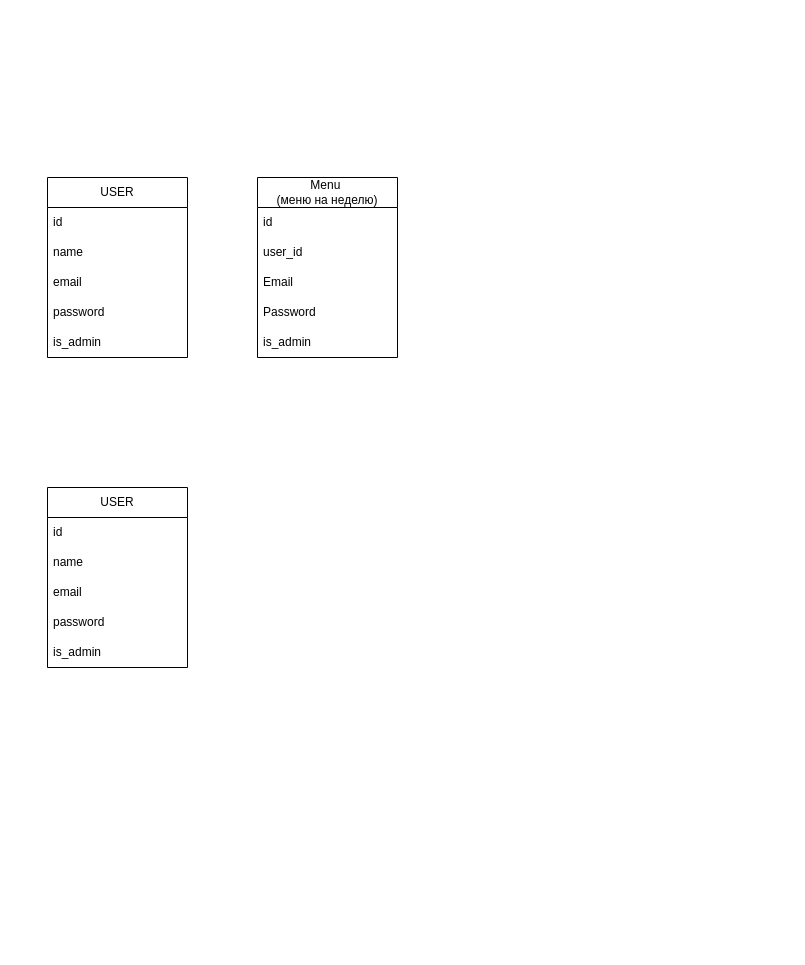
Above: Умный список покупок.drawio in smart-shopping-list/smart-shopping-list-doc (draw.io), before the change. Source tidied: cells renumbered, new cells numbered last; positions are measured from the earlier drawing's top-left corner, leaving out a move shared by most shapes. Both pictures are drawn from the tidied source at 100%, with x=0, y=0 at pixel (47, 177).
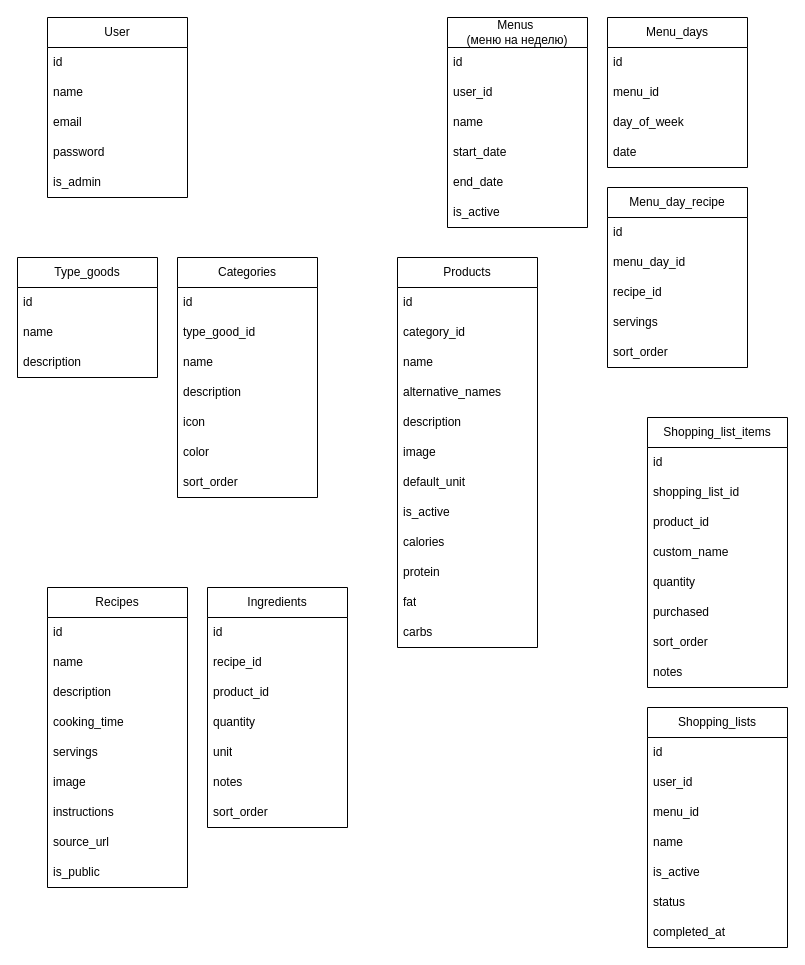
After the change.

Diff of the diagram source:
```diff
@@
-    <mxCell id="2" value="USER" style="swimlane;fontStyle=0;horizontal=1;startSize=30;whiteSpace=wrap;html=1;" parent="1" vertex="1">
-      <mxGeometry width="140" height="180" as="geometry" />
+    <mxCell id="2" value="User" style="swimlane;fontStyle=0;horizontal=1;startSize=30;whiteSpace=wrap;html=1;" parent="1" vertex="1">
+      <mxGeometry y="-160" width="140" height="180" as="geometry" />
     </mxCell>
@@
-    <mxCell id="8" value="Menu&amp;nbsp;&lt;div&gt;(меню на неделю)&lt;/div&gt;" style="swimlane;fontStyle=0;horizontal=1;startSize=30;whiteSpace=wrap;html=1;" parent="1" vertex="1">
-      <mxGeometry x="210" width="140" height="180" as="geometry" />
+    <mxCell id="8" value="Menus&amp;nbsp;&lt;div&gt;(меню на неделю)&lt;/div&gt;" style="swimlane;fontStyle=0;horizontal=1;startSize=30;whiteSpace=wrap;html=1;" parent="1" vertex="1">
+      <mxGeometry x="400" y="-160" width="140" height="210" as="geometry" />
     </mxCell>
@@
+    <mxCell id="20" value="name" style="text;strokeColor=none;fillColor=none;align=left;verticalAlign=middle;spacingLeft=4;spacingRight=4;overflow=hidden;whiteSpace=wrap;html=1;" parent="8" vertex="1">
+      <mxGeometry y="90" width="140" height="30" as="geometry" />
+    </mxCell>
-    <mxCell id="11" value="Email" style="text;strokeColor=none;fillColor=none;align=left;verticalAlign=middle;spacingLeft=4;spacingRight=4;overflow=hidden;whiteSpace=wrap;html=1;" parent="8" vertex="1">
-      <mxGeometry y="90" width="140" height="30" as="geometry" />
+    <mxCell id="11" value="start_date" style="text;strokeColor=none;fillColor=none;align=left;verticalAlign=middle;spacingLeft=4;spacingRight=4;overflow=hidden;whiteSpace=wrap;html=1;" parent="8" vertex="1">
+      <mxGeometry y="120" width="140" height="30" as="geometry" />
     </mxCell>
-    <mxCell id="12" value="Password" style="text;strokeColor=none;fillColor=none;align=left;verticalAlign=middle;spacingLeft=4;spacingRight=4;overflow=hidden;whiteSpace=wrap;html=1;" parent="8" vertex="1">
-      <mxGeometry y="120" width="140" height="30" as="geometry" />
+    <mxCell id="12" value="end_date" style="text;strokeColor=none;fillColor=none;align=left;verticalAlign=middle;spacingLeft=4;spacingRight=4;overflow=hidden;whiteSpace=wrap;html=1;" parent="8" vertex="1">
+      <mxGeometry y="150" width="140" height="30" as="geometry" />
     </mxCell>
-    <mxCell id="13" value="is_admin" style="text;strokeColor=none;fillColor=none;align=left;verticalAlign=middle;spacingLeft=4;spacingRight=4;overflow=hidden;whiteSpace=wrap;html=1;" parent="8" vertex="1">
-      <mxGeometry y="150" width="140" height="30" as="geometry" />
+    <mxCell id="13" value="is_active" style="text;strokeColor=none;fillColor=none;align=left;verticalAlign=middle;spacingLeft=4;spacingRight=4;overflow=hidden;whiteSpace=wrap;html=1;" parent="8" vertex="1">
+      <mxGeometry y="180" width="140" height="30" as="geometry" />
     </mxCell>
-    <mxCell id="14" value="USER" style="swimlane;fontStyle=0;horizontal=1;startSize=30;whiteSpace=wrap;html=1;" parent="1" vertex="1">
-      <mxGeometry y="310" width="140" height="180" as="geometry" />
+    <mxCell id="14" value="Categories" style="swimlane;fontStyle=0;horizontal=1;startSize=30;whiteSpace=wrap;html=1;" parent="1" vertex="1">
+      <mxGeometry x="130" y="80" width="140" height="240" as="geometry" />
     </mxCell>
@@
+    <mxCell id="21" value="type_good_id" style="text;strokeColor=none;fillColor=none;align=left;verticalAlign=middle;spacingLeft=4;spacingRight=4;overflow=hidden;whiteSpace=wrap;html=1;" parent="14" vertex="1">
+      <mxGeometry y="60" width="140" height="30" as="geometry" />
+    </mxCell>
     <mxCell id="16" value="name" style="text;strokeColor=none;fillColor=none;align=left;verticalAlign=middle;spacingLeft=4;spacingRight=4;overflow=hidden;whiteSpace=wrap;html=1;" parent="14" vertex="1">
-      <mxGeometry y="60" width="140" height="30" as="geometry" />
+      <mxGeometry y="90" width="140" height="30" as="geometry" />
     </mxCell>
-    <mxCell id="17" value="email" style="text;strokeColor=none;fillColor=none;align=left;verticalAlign=middle;spacingLeft=4;spacingRight=4;overflow=hidden;whiteSpace=wrap;html=1;" parent="14" vertex="1">
-      <mxGeometry y="90" width="140" height="30" as="geometry" />
+    <mxCell id="17" value="description" style="text;strokeColor=none;fillColor=none;align=left;verticalAlign=middle;spacingLeft=4;spacingRight=4;overflow=hidden;whiteSpace=wrap;html=1;" parent="14" vertex="1">
+      <mxGeometry y="120" width="140" height="30" as="geometry" />
     </mxCell>
-    <mxCell id="18" value="password" style="text;strokeColor=none;fillColor=none;align=left;verticalAlign=middle;spacingLeft=4;spacingRight=4;overflow=hidden;whiteSpace=wrap;html=1;" parent="14" vertex="1">
-      <mxGeometry y="120" width="140" height="30" as="geometry" />
+    <mxCell id="18" value="icon" style="text;strokeColor=none;fillColor=none;align=left;verticalAlign=middle;spacingLeft=4;spacingRight=4;overflow=hidden;whiteSpace=wrap;html=1;" parent="14" vertex="1">
+      <mxGeometry y="150" width="140" height="30" as="geometry" />
     </mxCell>
-    <mxCell id="19" value="is_admin" style="text;strokeColor=none;fillColor=none;align=left;verticalAlign=middle;spacingLeft=4;spacingRight=4;overflow=hidden;whiteSpace=wrap;html=1;" parent="14" vertex="1">
-      <mxGeometry y="150" width="140" height="30" as="geometry" />
+    <mxCell id="19" value="color" style="text;strokeColor=none;fillColor=none;align=left;verticalAlign=middle;spacingLeft=4;spacingRight=4;overflow=hidden;whiteSpace=wrap;html=1;" parent="14" vertex="1">
+      <mxGeometry y="180" width="140" height="30" as="geometry" />
     </mxCell>
+    <mxCell id="22" value="sort_order" style="text;strokeColor=none;fillColor=none;align=left;verticalAlign=middle;spacingLeft=4;spacingRight=4;overflow=hidden;whiteSpace=wrap;html=1;" parent="14" vertex="1">
+      <mxGeometry y="210" width="140" height="30" as="geometry" />
+    </mxCell>
+    <mxCell id="23" value="Products" style="swimlane;fontStyle=0;horizontal=1;startSize=30;whiteSpace=wrap;html=1;" parent="1" vertex="1">
+      <mxGeometry x="350" y="80" width="140" height="390" as="geometry" />
+    </mxCell>
+    <mxCell id="24" value="id" style="text;strokeColor=none;fillColor=none;align=left;verticalAlign=middle;spacingLeft=4;spacingRight=4;overflow=hidden;whiteSpace=wrap;html=1;" parent="23" vertex="1">
+      <mxGeometry y="30" width="140" height="30" as="geometry" />
+    </mxCell>
+    <mxCell id="25" value="category_id" style="text;strokeColor=none;fillColor=none;align=left;verticalAlign=middle;spacingLeft=4;spacingRight=4;overflow=hidden;whiteSpace=wrap;html=1;" parent="23" vertex="1">
+      <mxGeometry y="60" width="140" height="30" as="geometry" />
+    </mxCell>
+    <mxCell id="26" value="name" style="text;strokeColor=none;fillColor=none;align=left;verticalAlign=middle;spacingLeft=4;spacingRight=4;overflow=hidden;whiteSpace=wrap;html=1;" parent="23" vertex="1">
+      <mxGeometry y="90" width="140" height="30" as="geometry" />
+    </mxCell>
+    <mxCell id="27" value="alternative_names" style="text;strokeColor=none;fillColor=none;align=left;verticalAlign=middle;spacingLeft=4;spacingRight=4;overflow=hidden;whiteSpace=wrap;html=1;" parent="23" vertex="1">
+      <mxGeometry y="120" width="140" height="30" as="geometry" />
+    </mxCell>
+    <mxCell id="28" value="description" style="text;strokeColor=none;fillColor=none;align=left;verticalAlign=middle;spacingLeft=4;spacingRight=4;overflow=hidden;whiteSpace=wrap;html=1;" parent="23" vertex="1">
+      <mxGeometry y="150" width="140" height="30" as="geometry" />
+    </mxCell>
+    <mxCell id="29" value="image" style="text;strokeColor=none;fillColor=none;align=left;verticalAlign=middle;spacingLeft=4;spacingRight=4;overflow=hidden;whiteSpace=wrap;html=1;" parent="23" vertex="1">
+      <mxGeometry y="180" width="140" height="30" as="geometry" />
+    </mxCell>
+    <mxCell id="30" value="default_unit" style="text;strokeColor=none;fillColor=none;align=left;verticalAlign=middle;spacingLeft=4;spacingRight=4;overflow=hidden;whiteSpace=wrap;html=1;" parent="23" vertex="1">
+      <mxGeometry y="210" width="140" height="30" as="geometry" />
+    </mxCell>
+    <mxCell id="31" value="is_active" style="text;strokeColor=none;fillColor=none;align=left;verticalAlign=middle;spacingLeft=4;spacingRight=4;overflow=hidden;whiteSpace=wrap;html=1;" parent="23" vertex="1">
+      <mxGeometry y="240" width="140" height="30" as="geometry" />
+    </mxCell>
+    <mxCell id="32" value="calories" style="text;strokeColor=none;fillColor=none;align=left;verticalAlign=middle;spacingLeft=4;spacingRight=4;overflow=hidden;whiteSpace=wrap;html=1;" parent="23" vertex="1">
+      <mxGeometry y="270" width="140" height="30" as="geometry" />
+    </mxCell>
+    <mxCell id="33" value="protein" style="text;strokeColor=none;fillColor=none;align=left;verticalAlign=middle;spacingLeft=4;spacingRight=4;overflow=hidden;whiteSpace=wrap;html=1;" parent="23" vertex="1">
+      <mxGeometry y="300" width="140" height="30" as="geometry" />
+    </mxCell>
+    <mxCell id="34" value="fat" style="text;strokeColor=none;fillColor=none;align=left;verticalAlign=middle;spacingLeft=4;spacingRight=4;overflow=hidden;whiteSpace=wrap;html=1;" parent="23" vertex="1">
+      <mxGeometry y="330" width="140" height="30" as="geometry" />
+    </mxCell>
+    <mxCell id="35" value="carbs" style="text;strokeColor=none;fillColor=none;align=left;verticalAlign=middle;spacingLeft=4;spacingRight=4;overflow=hidden;whiteSpace=wrap;html=1;" parent="23" vertex="1">
+      <mxGeometry y="360" width="140" height="30" as="geometry" />
+    </mxCell>
+    <mxCell id="36" value="Recipes" style="swimlane;fontStyle=0;horizontal=1;startSize=30;whiteSpace=wrap;html=1;" parent="1" vertex="1">
+      <mxGeometry y="410" width="140" height="300" as="geometry" />
+    </mxCell>
+    <mxCell id="37" value="id" style="text;strokeColor=none;fillColor=none;align=left;verticalAlign=middle;spacingLeft=4;spacingRight=4;overflow=hidden;whiteSpace=wrap;html=1;" parent="36" vertex="1">
+      <mxGeometry y="30" width="140" height="30" as="geometry" />
+    </mxCell>
+    <mxCell id="38" value="name" style="text;strokeColor=none;fillColor=none;align=left;verticalAlign=middle;spacingLeft=4;spacingRight=4;overflow=hidden;whiteSpace=wrap;html=1;" parent="36" vertex="1">
+      <mxGeometry y="60" width="140" height="30" as="geometry" />
+    </mxCell>
+    <mxCell id="39" value="description" style="text;strokeColor=none;fillColor=none;align=left;verticalAlign=middle;spacingLeft=4;spacingRight=4;overflow=hidden;whiteSpace=wrap;html=1;" parent="36" vertex="1">
+      <mxGeometry y="90" width="140" height="30" as="geometry" />
+    </mxCell>
+    <mxCell id="40" value="cooking_time" style="text;strokeColor=none;fillColor=none;align=left;verticalAlign=middle;spacingLeft=4;spacingRight=4;overflow=hidden;whiteSpace=wrap;html=1;" parent="36" vertex="1">
+      <mxGeometry y="120" width="140" height="30" as="geometry" />
+    </mxCell>
+    <mxCell id="41" value="servings" style="text;strokeColor=none;fillColor=none;align=left;verticalAlign=middle;spacingLeft=4;spacingRight=4;overflow=hidden;whiteSpace=wrap;html=1;" parent="36" vertex="1">
+      <mxGeometry y="150" width="140" height="30" as="geometry" />
+    </mxCell>
+    <mxCell id="42" value="image" style="text;strokeColor=none;fillColor=none;align=left;verticalAlign=middle;spacingLeft=4;spacingRight=4;overflow=hidden;whiteSpace=wrap;html=1;" parent="36" vertex="1">
+      <mxGeometry y="180" width="140" height="30" as="geometry" />
+    </mxCell>
+    <mxCell id="43" value="instructions" style="text;strokeColor=none;fillColor=none;align=left;verticalAlign=middle;spacingLeft=4;spacingRight=4;overflow=hidden;whiteSpace=wrap;html=1;" parent="36" vertex="1">
+      <mxGeometry y="210" width="140" height="30" as="geometry" />
+    </mxCell>
+    <mxCell id="44" value="source_url" style="text;strokeColor=none;fillColor=none;align=left;verticalAlign=middle;spacingLeft=4;spacingRight=4;overflow=hidden;whiteSpace=wrap;html=1;" parent="36" vertex="1">
+      <mxGeometry y="240" width="140" height="30" as="geometry" />
+    </mxCell>
+    <mxCell id="45" value="is_public" style="text;strokeColor=none;fillColor=none;align=left;verticalAlign=middle;spacingLeft=4;spacingRight=4;overflow=hidden;whiteSpace=wrap;html=1;" parent="36" vertex="1">
+      <mxGeometry y="270" width="140" height="30" as="geometry" />
+    </mxCell>
+    <mxCell id="46" value="Ingredients" style="swimlane;fontStyle=0;horizontal=1;startSize=30;whiteSpace=wrap;html=1;" parent="1" vertex="1">
+      <mxGeometry x="160" y="410" width="140" height="240" as="geometry" />
+    </mxCell>
+    <mxCell id="47" value="id" style="text;strokeColor=none;fillColor=none;align=left;verticalAlign=middle;spacingLeft=4;spacingRight=4;overflow=hidden;whiteSpace=wrap;html=1;" parent="46" vertex="1">
+      <mxGeometry y="30" width="140" height="30" as="geometry" />
+    </mxCell>
+    <mxCell id="48" value="recipe_id" style="text;strokeColor=none;fillColor=none;align=left;verticalAlign=middle;spacingLeft=4;spacingRight=4;overflow=hidden;whiteSpace=wrap;html=1;" parent="46" vertex="1">
+      <mxGeometry y="60" width="140" height="30" as="geometry" />
+    </mxCell>
+    <mxCell id="49" value="product_id" style="text;strokeColor=none;fillColor=none;align=left;verticalAlign=middle;spacingLeft=4;spacingRight=4;overflow=hidden;whiteSpace=wrap;html=1;" parent="46" vertex="1">
+      <mxGeometry y="90" width="140" height="30" as="geometry" />
+    </mxCell>
+    <mxCell id="50" value="quantity" style="text;strokeColor=none;fillColor=none;align=left;verticalAlign=middle;spacingLeft=4;spacingRight=4;overflow=hidden;whiteSpace=wrap;html=1;" parent="46" vertex="1">
+      <mxGeometry y="120" width="140" height="30" as="geometry" />
+    </mxCell>
+    <mxCell id="51" value="unit" style="text;strokeColor=none;fillColor=none;align=left;verticalAlign=middle;spacingLeft=4;spacingRight=4;overflow=hidden;whiteSpace=wrap;html=1;" parent="46" vertex="1">
+      <mxGeometry y="150" width="140" height="30" as="geometry" />
+    </mxCell>
+    <mxCell id="52" value="notes" style="text;strokeColor=none;fillColor=none;align=left;verticalAlign=middle;spacingLeft=4;spacingRight=4;overflow=hidden;whiteSpace=wrap;html=1;" parent="46" vertex="1">
+      <mxGeometry y="180" width="140" height="30" as="geometry" />
+    </mxCell>
+    <mxCell id="53" value="sort_order" style="text;strokeColor=none;fillColor=none;align=left;verticalAlign=middle;spacingLeft=4;spacingRight=4;overflow=hidden;whiteSpace=wrap;html=1;" parent="46" vertex="1">
+      <mxGeometry y="210" width="140" height="30" as="geometry" />
+    </mxCell>
+    <mxCell id="54" value="Menu_days" style="swimlane;fontStyle=0;horizontal=1;startSize=30;whiteSpace=wrap;html=1;" parent="1" vertex="1">
+      <mxGeometry x="560" y="-160" width="140" height="150" as="geometry" />
+    </mxCell>
+    <mxCell id="55" value="id" style="text;strokeColor=none;fillColor=none;align=left;verticalAlign=middle;spacingLeft=4;spacingRight=4;overflow=hidden;whiteSpace=wrap;html=1;" parent="54" vertex="1">
+      <mxGeometry y="30" width="140" height="30" as="geometry" />
+    </mxCell>
+    <mxCell id="56" value="menu_id" style="text;strokeColor=none;fillColor=none;align=left;verticalAlign=middle;spacingLeft=4;spacingRight=4;overflow=hidden;whiteSpace=wrap;html=1;" parent="54" vertex="1">
+      <mxGeometry y="60" width="140" height="30" as="geometry" />
+    </mxCell>
+    <mxCell id="57" value="day_of_week" style="text;strokeColor=none;fillColor=none;align=left;verticalAlign=middle;spacingLeft=4;spacingRight=4;overflow=hidden;whiteSpace=wrap;html=1;" parent="54" vertex="1">
+      <mxGeometry y="90" width="140" height="30" as="geometry" />
+    </mxCell>
+    <mxCell id="58" value="date" style="text;strokeColor=none;fillColor=none;align=left;verticalAlign=middle;spacingLeft=4;spacingRight=4;overflow=hidden;whiteSpace=wrap;html=1;" parent="54" vertex="1">
+      <mxGeometry y="120" width="140" height="30" as="geometry" />
+    </mxCell>
+    <mxCell id="59" value="Menu_day_recipe" style="swimlane;fontStyle=0;horizontal=1;startSize=30;whiteSpace=wrap;html=1;" parent="1" vertex="1">
+      <mxGeometry x="560" y="10" width="140" height="180" as="geometry" />
+    </mxCell>
+    <mxCell id="60" value="id" style="text;strokeColor=none;fillColor=none;align=left;verticalAlign=middle;spacingLeft=4;spacingRight=4;overflow=hidden;whiteSpace=wrap;html=1;" parent="59" vertex="1">
+      <mxGeometry y="30" width="140" height="30" as="geometry" />
+    </mxCell>
+    <mxCell id="61" value="menu_day_id" style="text;strokeColor=none;fillColor=none;align=left;verticalAlign=middle;spacingLeft=4;spacingRight=4;overflow=hidden;whiteSpace=wrap;html=1;" parent="59" vertex="1">
+      <mxGeometry y="60" width="140" height="30" as="geometry" />
+    </mxCell>
+    <mxCell id="62" value="recipe_id" style="text;strokeColor=none;fillColor=none;align=left;verticalAlign=middle;spacingLeft=4;spacingRight=4;overflow=hidden;whiteSpace=wrap;html=1;" parent="59" vertex="1">
+      <mxGeometry y="90" width="140" height="30" as="geometry" />
+    </mxCell>
+    <mxCell id="63" value="servings" style="text;strokeColor=none;fillColor=none;align=left;verticalAlign=middle;spacingLeft=4;spacingRight=4;overflow=hidden;whiteSpace=wrap;html=1;" parent="59" vertex="1">
+      <mxGeometry y="120" width="140" height="30" as="geometry" />
+    </mxCell>
+    <mxCell id="64" value="sort_order" style="text;strokeColor=none;fillColor=none;align=left;verticalAlign=middle;spacingLeft=4;spacingRight=4;overflow=hidden;whiteSpace=wrap;html=1;" parent="59" vertex="1">
+      <mxGeometry y="150" width="140" height="30" as="geometry" />
+    </mxCell>
+    <mxCell id="65" value="Shopping_lists" style="swimlane;fontStyle=0;horizontal=1;startSize=30;whiteSpace=wrap;html=1;" parent="1" vertex="1">
+      <mxGeometry x="600" y="530" width="140" height="240" as="geometry" />
+    </mxCell>
+    <mxCell id="66" value="id" style="text;strokeColor=none;fillColor=none;align=left;verticalAlign=middle;spacingLeft=4;spacingRight=4;overflow=hidden;whiteSpace=wrap;html=1;" parent="65" vertex="1">
+      <mxGeometry y="30" width="140" height="30" as="geometry" />
+    </mxCell>
+    <mxCell id="67" value="user_id" style="text;strokeColor=none;fillColor=none;align=left;verticalAlign=middle;spacingLeft=4;spacingRight=4;overflow=hidden;whiteSpace=wrap;html=1;" parent="65" vertex="1">
+      <mxGeometry y="60" width="140" height="30" as="geometry" />
+    </mxCell>
+    <mxCell id="68" value="menu_id" style="text;strokeColor=none;fillColor=none;align=left;verticalAlign=middle;spacingLeft=4;spacingRight=4;overflow=hidden;whiteSpace=wrap;html=1;" parent="65" vertex="1">
+      <mxGeometry y="90" width="140" height="30" as="geometry" />
+    </mxCell>
+    <mxCell id="69" value="name" style="text;strokeColor=none;fillColor=none;align=left;verticalAlign=middle;spacingLeft=4;spacingRight=4;overflow=hidden;whiteSpace=wrap;html=1;" parent="65" vertex="1">
+      <mxGeometry y="120" width="140" height="30" as="geometry" />
+    </mxCell>
+    <mxCell id="70" value="is_active" style="text;strokeColor=none;fillColor=none;align=left;verticalAlign=middle;spacingLeft=4;spacingRight=4;overflow=hidden;whiteSpace=wrap;html=1;" parent="65" vertex="1">
+      <mxGeometry y="150" width="140" height="30" as="geometry" />
+    </mxCell>
+    <mxCell id="71" value="status" style="text;strokeColor=none;fillColor=none;align=left;verticalAlign=middle;spacingLeft=4;spacingRight=4;overflow=hidden;whiteSpace=wrap;html=1;" parent="65" vertex="1">
+      <mxGeometry y="180" width="140" height="30" as="geometry" />
+    </mxCell>
+    <mxCell id="72" value="completed_at" style="text;strokeColor=none;fillColor=none;align=left;verticalAlign=middle;spacingLeft=4;spacingRight=4;overflow=hidden;whiteSpace=wrap;html=1;" parent="65" vertex="1">
+      <mxGeometry y="210" width="140" height="30" as="geometry" />
+    </mxCell>
+    <mxCell id="73" value="Shopping_list_items" style="swimlane;fontStyle=0;horizontal=1;startSize=30;whiteSpace=wrap;html=1;" parent="1" vertex="1">
+      <mxGeometry x="600" y="240" width="140" height="270" as="geometry" />
+    </mxCell>
+    <mxCell id="74" value="id" style="text;strokeColor=none;fillColor=none;align=left;verticalAlign=middle;spacingLeft=4;spacingRight=4;overflow=hidden;whiteSpace=wrap;html=1;" parent="73" vertex="1">
+      <mxGeometry y="30" width="140" height="30" as="geometry" />
+    </mxCell>
+    <mxCell id="75" value="shopping_list_id" style="text;strokeColor=none;fillColor=none;align=left;verticalAlign=middle;spacingLeft=4;spacingRight=4;overflow=hidden;whiteSpace=wrap;html=1;" parent="73" vertex="1">
+      <mxGeometry y="60" width="140" height="30" as="geometry" />
+    </mxCell>
+    <mxCell id="76" value="product_id" style="text;strokeColor=none;fillColor=none;align=left;verticalAlign=middle;spacingLeft=4;spacingRight=4;overflow=hidden;whiteSpace=wrap;html=1;" parent="73" vertex="1">
+      <mxGeometry y="90" width="140" height="30" as="geometry" />
+    </mxCell>
+    <mxCell id="77" value="custom_name" style="text;strokeColor=none;fillColor=none;align=left;verticalAlign=middle;spacingLeft=4;spacingRight=4;overflow=hidden;whiteSpace=wrap;html=1;" parent="73" vertex="1">
+      <mxGeometry y="120" width="140" height="30" as="geometry" />
+    </mxCell>
+    <mxCell id="78" value="quantity" style="text;strokeColor=none;fillColor=none;align=left;verticalAlign=middle;spacingLeft=4;spacingRight=4;overflow=hidden;whiteSpace=wrap;html=1;" parent="73" vertex="1">
+      <mxGeometry y="150" width="140" height="30" as="geometry" />
+    </mxCell>
+    <mxCell id="79" value="purchased" style="text;strokeColor=none;fillColor=none;align=left;verticalAlign=middle;spacingLeft=4;spacingRight=4;overflow=hidden;whiteSpace=wrap;html=1;" parent="73" vertex="1">
+      <mxGeometry y="180" width="140" height="30" as="geometry" />
+    </mxCell>
+    <mxCell id="80" value="sort_order" style="text;strokeColor=none;fillColor=none;align=left;verticalAlign=middle;spacingLeft=4;spacingRight=4;overflow=hidden;whiteSpace=wrap;html=1;" parent="73" vertex="1">
+      <mxGeometry y="210" width="140" height="30" as="geometry" />
+    </mxCell>
+    <mxCell id="81" value="notes" style="text;strokeColor=none;fillColor=none;align=left;verticalAlign=middle;spacingLeft=4;spacingRight=4;overflow=hidden;whiteSpace=wrap;html=1;" parent="73" vertex="1">
+      <mxGeometry y="240" width="140" height="30" as="geometry" />
+    </mxCell>
+    <mxCell id="82" value="Type_goods" style="swimlane;fontStyle=0;horizontal=1;startSize=30;whiteSpace=wrap;html=1;" parent="1" vertex="1">
+      <mxGeometry x="-30" y="80" width="140" height="120" as="geometry" />
+    </mxCell>
+    <mxCell id="83" value="id" style="text;strokeColor=none;fillColor=none;align=left;verticalAlign=middle;spacingLeft=4;spacingRight=4;overflow=hidden;whiteSpace=wrap;html=1;" parent="82" vertex="1">
+      <mxGeometry y="30" width="140" height="30" as="geometry" />
+    </mxCell>
+    <mxCell id="84" value="name" style="text;strokeColor=none;fillColor=none;align=left;verticalAlign=middle;spacingLeft=4;spacingRight=4;overflow=hidden;whiteSpace=wrap;html=1;" parent="82" vertex="1">
+      <mxGeometry y="60" width="140" height="30" as="geometry" />
+    </mxCell>
+    <mxCell id="85" value="description" style="text;strokeColor=none;fillColor=none;align=left;verticalAlign=middle;spacingLeft=4;spacingRight=4;overflow=hidden;whiteSpace=wrap;html=1;" parent="82" vertex="1">
+      <mxGeometry y="90" width="140" height="30" as="geometry" />
+    </mxCell>
```
